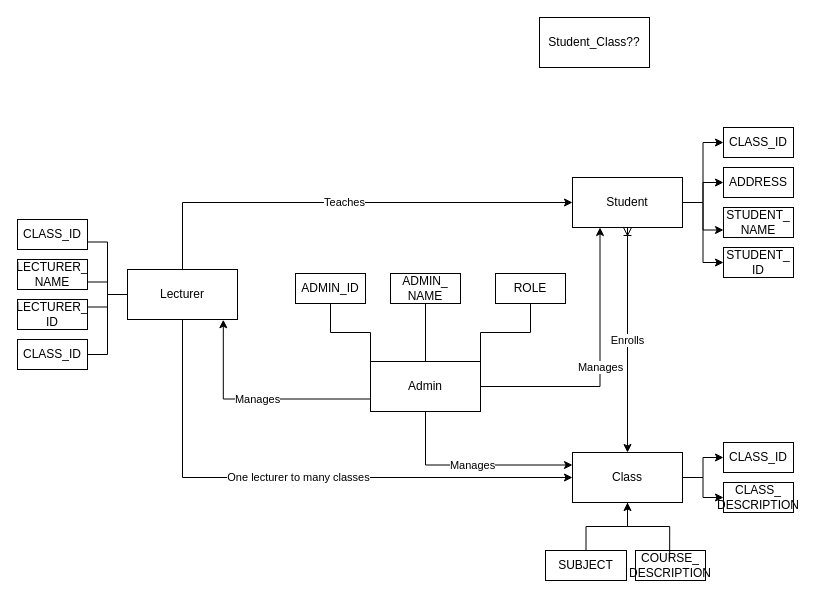
Above: PSE/Week4/Week4_Actv1_ER.drawio in Sjacuru/Yoobee_Salim_MSE_A (draw.io), before the change. Source tidied: cells renumbered, new cells numbered last; positions are measured from the earlier drawing's top-left corner, leaving out a move shared by most shapes. Both pictures are drawn from the tidied source at 100%, with x=0, y=0 at pixel (17, 17).
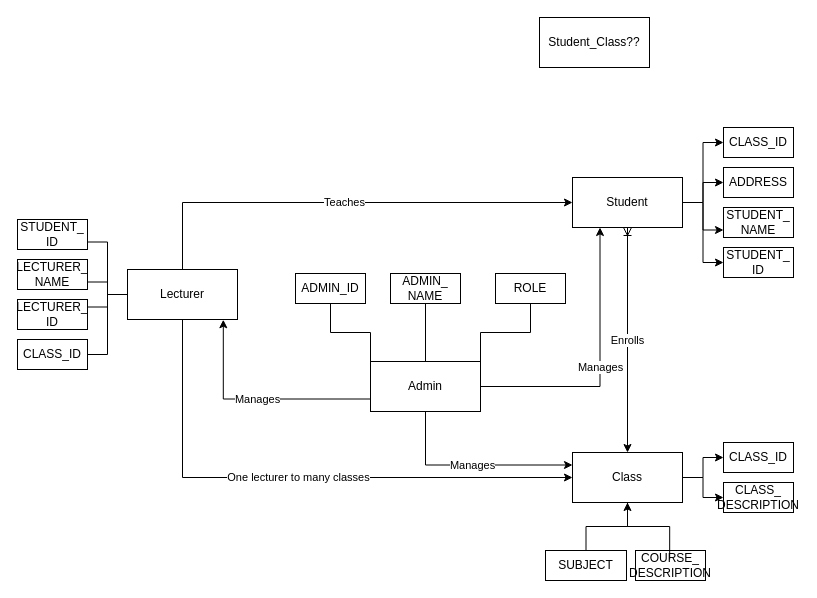
The same diagram, later.

The edit, as a diff of the source:
```diff
@@
-    <mxCell id="25" value="CLASS_ID" style="html=1;whiteSpace=wrap;" parent="1" vertex="1">
+    <mxCell id="25" value="STUDENT_&lt;div&gt;ID&lt;/div&gt;" style="html=1;whiteSpace=wrap;" parent="1" vertex="1">
       <mxGeometry y="202" width="70" height="30" as="geometry" />
     </mxCell>
```
